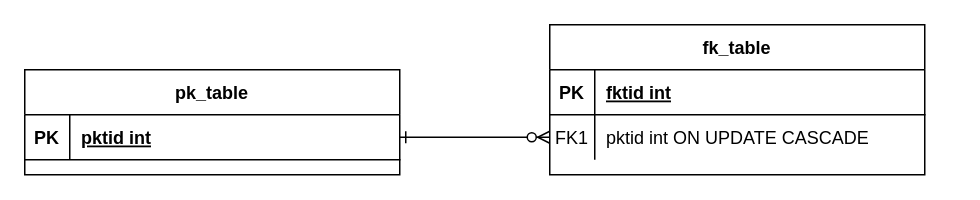
mackchay/pg_FKtest keeps this draw.io diagram as Диаграмма без названия.drawio. Above is the earlier version. Source tidied: cells renumbered, new cells numbered last; positions are measured from the earlier drawing's top-left corner, leaving out a move shared by most shapes. Both pictures are drawn from the tidied source at 150%, with x=0, y=0 at pixel (24, 24).
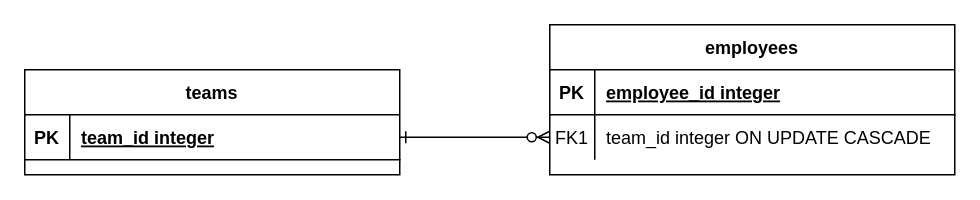
The same diagram, later.

Commit message:
Обновление названия диаграммы

Change to the diagram source:
```diff
@@
 <mxGraphModel>
   <root>
     <mxCell id="0" />
     <mxCell id="1" parent="0" />
     <mxCell id="2" style="edgeStyle=entityRelationEdgeStyle;endArrow=ERzeroToMany;startArrow=ERone;endFill=1;startFill=0;" parent="1" edge="1" source="11" target="7">
       <mxGeometry relative="1" as="geometry" />
     </mxCell>
-    <mxCell id="3" value="fk_table" style="shape=table;startSize=30;childLayout=tableLayout;rowLines=0;fontStyle=1;align=center;" parent="1" vertex="1">
-      <mxGeometry x="350" width="250" height="100" as="geometry" />
+    <mxCell id="3" value="employees" style="shape=table;startSize=30;childLayout=tableLayout;rowLines=0;fontStyle=1;align=center;" parent="1" vertex="1">
+      <mxGeometry x="350" width="270" height="100" as="geometry" />
     </mxCell>
     <mxCell id="4" style="shape=partialRectangle;fillColor=none;top=0;left=0;right=0;bottom=1;" parent="3" vertex="1">
-      <mxGeometry y="30" width="250" height="30" as="geometry" />
+      <mxGeometry y="30" width="270" height="30" as="geometry" />
     </mxCell>
     <mxCell id="5" value="PK" style="shape=partialRectangle;overflow=hidden;fillColor=none;top=0;left=0;bottom=0;right=0;fontStyle=1;" parent="4" vertex="1">
       <mxGeometry width="30" height="30" as="geometry" />
     </mxCell>
-    <mxCell id="6" value="fktid int" style="shape=partialRectangle;overflow=hidden;fillColor=none;top=0;left=0;bottom=0;right=0;align=left;spacingLeft=6;fontStyle=5;" parent="4" vertex="1">
-      <mxGeometry x="30" width="220" height="30" as="geometry" />
+    <mxCell id="6" value="employee_id integer" style="shape=partialRectangle;overflow=hidden;fillColor=none;top=0;left=0;bottom=0;right=0;align=left;spacingLeft=6;fontStyle=5;" parent="4" vertex="1">
+      <mxGeometry x="30" width="240" height="30" as="geometry" />
     </mxCell>
     <mxCell id="7" style="shape=partialRectangle;fillColor=none;points=[[0,0.5],[1,0.5]];portConstraint=eastwest;top=0;left=0;right=0;bottom=0;" parent="3" vertex="1">
-      <mxGeometry y="60" width="250" height="30" as="geometry" />
+      <mxGeometry y="60" width="270" height="30" as="geometry" />
     </mxCell>
     <mxCell id="8" value="FK1" style="shape=partialRectangle;overflow=hidden;fillColor=none;top=0;left=0;bottom=0;right=0;" parent="7" vertex="1">
       <mxGeometry width="30" height="30" as="geometry" />
     </mxCell>
-    <mxCell id="9" value="pktid int ON UPDATE CASCADE" style="shape=partialRectangle;overflow=hidden;fillColor=none;top=0;left=0;bottom=0;right=0;align=left;spacingLeft=6;" parent="7" vertex="1">
-      <mxGeometry x="30" width="220" height="30" as="geometry" />
+    <mxCell id="9" value="team_id integer ON UPDATE CASCADE" style="shape=partialRectangle;overflow=hidden;fillColor=none;top=0;left=0;bottom=0;right=0;align=left;spacingLeft=6;" parent="7" vertex="1">
+      <mxGeometry x="30" width="240" height="30" as="geometry" />
     </mxCell>
-    <mxCell id="10" value="pk_table" style="shape=table;startSize=30;childLayout=tableLayout;rowLines=0;fontStyle=1;align=center;" parent="1" vertex="1">
+    <mxCell id="10" value="teams" style="shape=table;startSize=30;childLayout=tableLayout;rowLines=0;fontStyle=1;align=center;" parent="1" vertex="1">
       <mxGeometry y="30" width="250" height="70" as="geometry" />
     </mxCell>
     <mxCell id="11" style="shape=partialRectangle;fillColor=none;points=[[0,0.5],[1,0.5]];portConstraint=eastwest;top=0;left=0;right=0;bottom=1;" parent="10" vertex="1">
       <mxGeometry y="30" width="250" height="30" as="geometry" />
     </mxCell>
     <mxCell id="12" value="PK" style="shape=partialRectangle;overflow=hidden;fillColor=none;top=0;left=0;bottom=0;right=0;fontStyle=1;" parent="11" vertex="1">
       <mxGeometry width="30" height="30" as="geometry" />
     </mxCell>
-    <mxCell id="13" value="pktid int" style="shape=partialRectangle;overflow=hidden;fillColor=none;top=0;left=0;bottom=0;right=0;align=left;spacingLeft=6;fontStyle=5;" parent="11" vertex="1">
+    <mxCell id="13" value="team_id integer" style="shape=partialRectangle;overflow=hidden;fillColor=none;top=0;left=0;bottom=0;right=0;align=left;spacingLeft=6;fontStyle=5;" parent="11" vertex="1">
       <mxGeometry x="30" width="220" height="30" as="geometry" />
     </mxCell>
   </root>
 </mxGraphModel>
```
